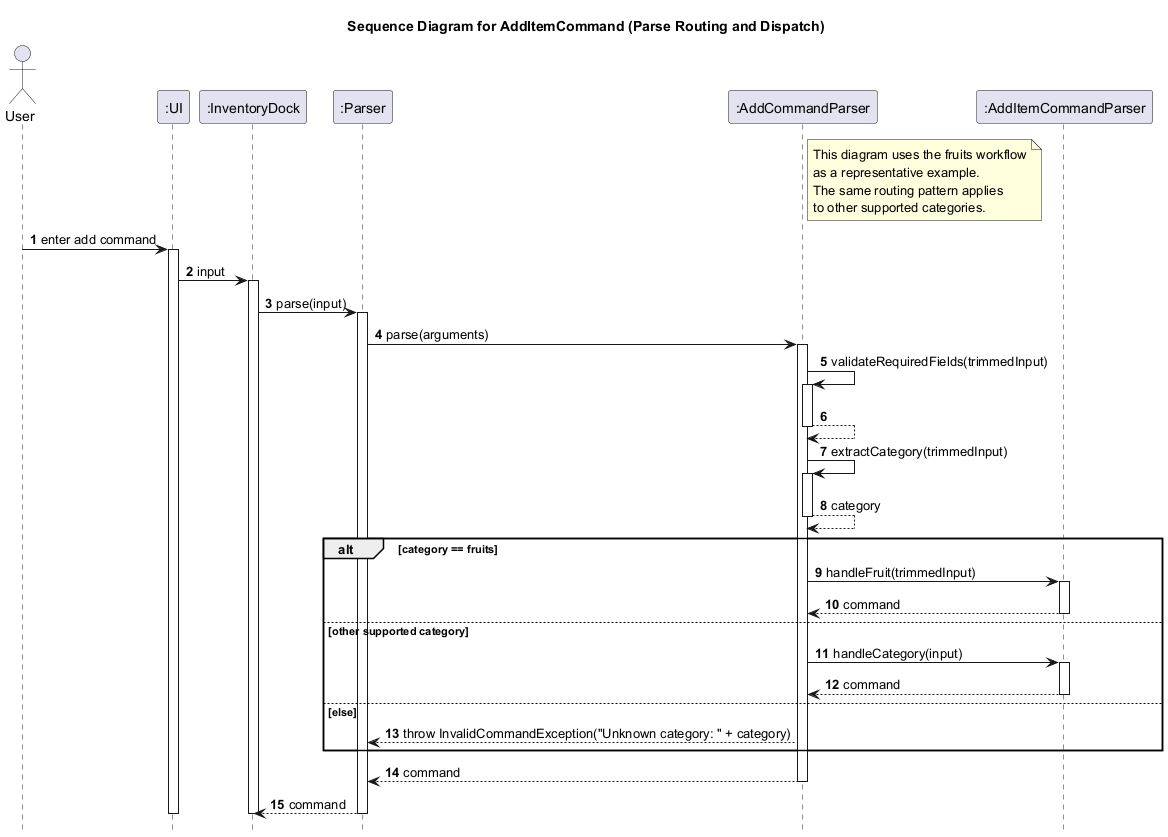
Before: docs/diagrams/sequence/AddItemCommandParseRoutingFlow.png, a diagram exported from PlantUML (KOIiiii07/tp). The source it was exported from:
```plantuml
@startuml
title Sequence Diagram for AddItemCommand (Parse Routing and Dispatch)

autonumber
hide footbox

actor User
participant ":UI" as UI
participant ":InventoryDock" as InventoryDock
participant ":Parser" as Parser
participant ":AddCommandParser" as AddCommandParser
participant ":AddItemCommandParser" as AddItemCommandParser

note right of AddCommandParser
This diagram uses the fruits workflow
as a representative example.
The same routing pattern applies
to other supported categories.
end note

User -> UI: enter add command
activate UI
UI -> InventoryDock: input
activate InventoryDock
InventoryDock -> Parser: parse(input)
activate Parser

Parser -> AddCommandParser: parse(arguments)
activate AddCommandParser
AddCommandParser -> AddCommandParser: validateRequiredFields(trimmedInput)
activate AddCommandParser
AddCommandParser --> AddCommandParser
deactivate AddCommandParser

AddCommandParser -> AddCommandParser: extractCategory(trimmedInput)
activate AddCommandParser
AddCommandParser --> AddCommandParser: category
deactivate AddCommandParser

alt category == fruits
    AddCommandParser -> AddItemCommandParser: handleFruit(trimmedInput)
    activate AddItemCommandParser
    AddItemCommandParser --> AddCommandParser: command
    deactivate AddItemCommandParser
else other supported category
    AddCommandParser -> AddItemCommandParser: handleCategory(input)
    activate AddItemCommandParser
    AddItemCommandParser --> AddCommandParser: command
    deactivate AddItemCommandParser
else else
    AddCommandParser --> Parser: throw InvalidCommandException("Unknown category: " + category)
end

AddCommandParser --> Parser: command
deactivate AddCommandParser
Parser --> InventoryDock: command
deactivate Parser
deactivate InventoryDock
deactivate UI
@enduml
```
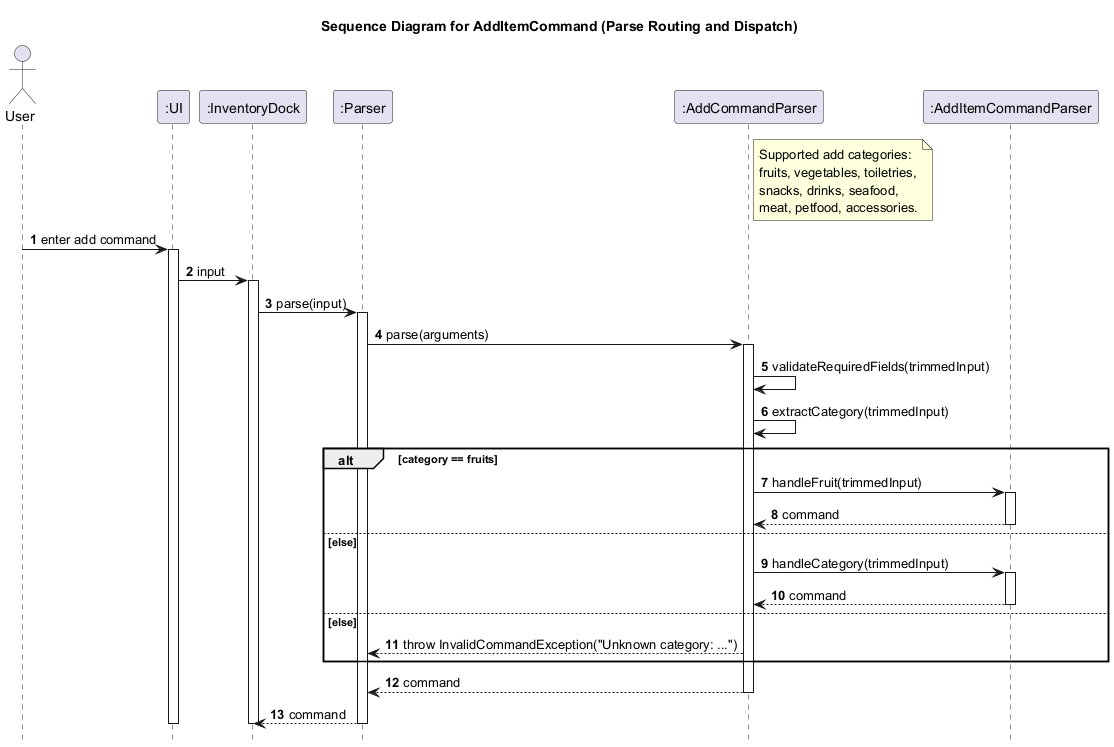
Above is the later version.

What changed in the source:
```diff
@@ -12,10 +12,10 @@
 participant ":AddItemCommandParser" as AddItemCommandParser
 
 note right of AddCommandParser
-This diagram uses the fruits workflow
-as a representative example.
-The same routing pattern applies
-to other supported categories.
+Supported add categories:
+fruits, vegetables, toiletries,
+snacks, drinks, seafood,
+meat, petfood, accessories.
 end note
 
 User -> UI: enter add command
@@ -28,27 +28,20 @@
 Parser -> AddCommandParser: parse(arguments)
 activate AddCommandParser
 AddCommandParser -> AddCommandParser: validateRequiredFields(trimmedInput)
-activate AddCommandParser
-AddCommandParser --> AddCommandParser
-deactivate AddCommandParser
-
 AddCommandParser -> AddCommandParser: extractCategory(trimmedInput)
-activate AddCommandParser
-AddCommandParser --> AddCommandParser: category
-deactivate AddCommandParser
 
 alt category == fruits
     AddCommandParser -> AddItemCommandParser: handleFruit(trimmedInput)
     activate AddItemCommandParser
     AddItemCommandParser --> AddCommandParser: command
     deactivate AddItemCommandParser
-else other supported category
-    AddCommandParser -> AddItemCommandParser: handleCategory(input)
+else else
+    AddCommandParser -> AddItemCommandParser: handleCategory(trimmedInput)
     activate AddItemCommandParser
     AddItemCommandParser --> AddCommandParser: command
     deactivate AddItemCommandParser
 else else
-    AddCommandParser --> Parser: throw InvalidCommandException("Unknown category: " + category)
+    AddCommandParser --> Parser: throw InvalidCommandException("Unknown category: ...")
 end
 
 AddCommandParser --> Parser: command
```
